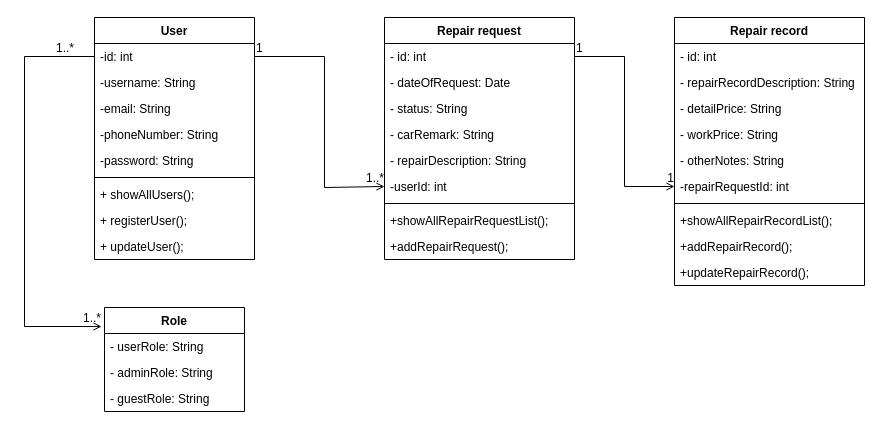
Earlier version of the draw.io diagram class diagram.drawio (MishaAvizhen/MiAvStoApp). Source tidied: cells renumbered, new cells numbered last; positions are measured from the earlier drawing's top-left corner, leaving out a move shared by most shapes. Both pictures are drawn from the tidied source at 100%, with x=0, y=0 at pixel (24, 17).
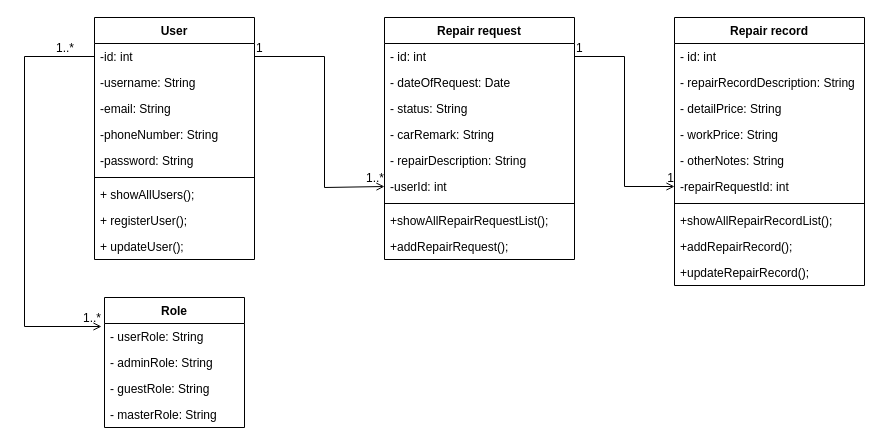
The same page after the edit.

The change refers to these unchanged cells:
```xml
<mxCell id="3" value="-id: int" style="text;strokeColor=none;fillColor=none;align=left;verticalAlign=top;spacingLeft=4;spacingRight=4;overflow=hidden;points=[[0,0.5],[1,0.5]];portConstraint=eastwest;" parent="2" vertex="1">
  <mxGeometry y="26" width="160" height="26" as="geometry" />
</mxCell>
```

Change to the diagram source:
```diff
@@
     <mxCell id="33" value="Role" style="swimlane;fontStyle=1;horizontal=1;startSize=26;fillColor=none;" parent="1" vertex="1">
-      <mxGeometry x="80" y="290" width="140" height="104" as="geometry" />
+      <mxGeometry x="80" y="280" width="140" height="130" as="geometry" />
     </mxCell>
@@
+    <mxCell id="46" value="- guestRole: String" style="text;strokeColor=none;fillColor=none;align=left;verticalAlign=top;spacingLeft=4;spacingRight=4;overflow=hidden;" parent="33" vertex="1">
+      <mxGeometry y="78" width="140" height="26" as="geometry" />
+    </mxCell>
-    <mxCell id="36" value="- guestRole: String" style="text;strokeColor=none;fillColor=none;align=left;verticalAlign=top;spacingLeft=4;spacingRight=4;overflow=hidden;" parent="33" vertex="1">
-      <mxGeometry y="78" width="140" height="26" as="geometry" />
+    <mxCell id="36" value="- masterRole: String" style="text;strokeColor=none;fillColor=none;align=left;verticalAlign=top;spacingLeft=4;spacingRight=4;overflow=hidden;" parent="33" vertex="1">
+      <mxGeometry y="104" width="140" height="26" as="geometry" />
     </mxCell>
-    <mxCell id="37" style="endArrow=open;html=1;rounded=0;align=center;verticalAlign=top;endFill=0;labelBackgroundColor=none;exitX=0;exitY=0.5;exitDx=0;exitDy=0;entryX=-0.021;entryY=0.183;entryDx=0;entryDy=0;entryPerimeter=0;" parent="1" edge="1" source="3" target="33">
+    <mxCell id="37" style="endArrow=open;html=1;rounded=0;align=center;verticalAlign=top;endFill=0;labelBackgroundColor=none;exitX=0;exitY=0.5;exitDx=0;exitDy=0;" parent="1" edge="1" source="3">
       <mxGeometry relative="1" as="geometry">
+        <mxPoint x="77" y="309" as="targetPoint" />
         <Array as="points">
           <mxPoint y="39" />
           <mxPoint y="309" />
         </Array>
       </mxGeometry>
     </mxCell>
```
